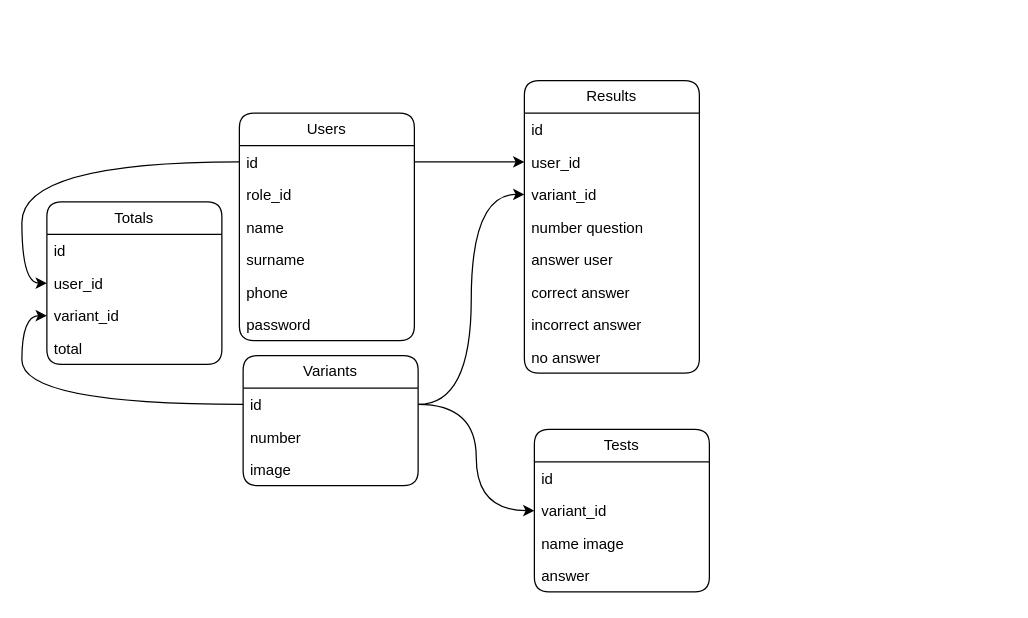
MardonAslonov/DrawIo keeps this draw.io diagram as GRE.drawio. Above is the earlier version. Source tidied: cells renumbered, new cells numbered last; positions are measured from the earlier drawing's top-left corner, leaving out a move shared by most shapes. Both pictures are drawn from the tidied source at 125%, with x=0, y=0 at pixel (46, 80).
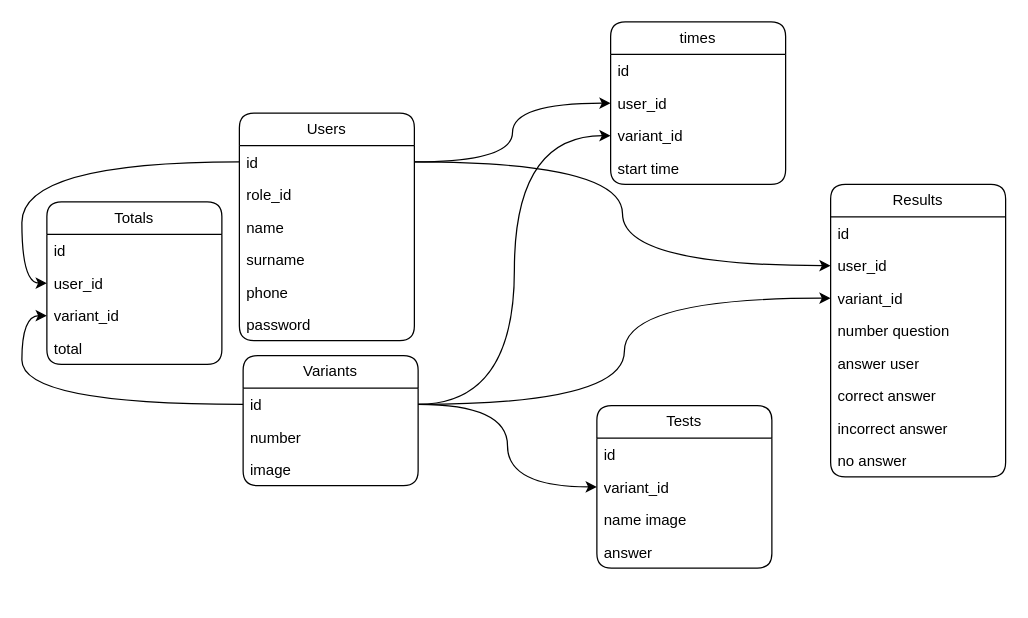
The same diagram, later.

The change refers to these unchanged cells:
```xml
<mxCell id="8" value="id" style="text;strokeColor=none;fillColor=none;align=left;verticalAlign=top;spacingLeft=4;spacingRight=4;overflow=hidden;points=[[0,0.5],[1,0.5]];portConstraint=eastwest;whiteSpace=wrap;html=1;" parent="7" vertex="1">
  <mxGeometry y="26" width="140" height="26" as="geometry" />
</mxCell>
<mxCell id="25" value="id" style="text;strokeColor=none;fillColor=none;align=left;verticalAlign=top;spacingLeft=4;spacingRight=4;overflow=hidden;points=[[0,0.5],[1,0.5]];portConstraint=eastwest;whiteSpace=wrap;html=1;" parent="24" vertex="1">
  <mxGeometry y="26" width="140" height="26" as="geometry" />
</mxCell>
```

Diff of the diagram source:
```diff
@@
     <mxCell id="2" value="Tests" style="swimlane;fontStyle=0;horizontal=1;startSize=26;fillColor=none;whiteSpace=wrap;html=1;rounded=1;" parent="1" vertex="1">
-      <mxGeometry x="390" y="279" width="140" height="130" as="geometry" />
+      <mxGeometry x="440" y="260" width="140" height="130" as="geometry" />
     </mxCell>
@@
     <mxCell id="14" value="Results" style="swimlane;fontStyle=0;horizontal=1;startSize=26;fillColor=none;whiteSpace=wrap;html=1;rounded=1;" parent="1" vertex="1">
-      <mxGeometry x="382" width="140" height="234" as="geometry" />
+      <mxGeometry x="627" y="83" width="140" height="234" as="geometry" />
     </mxCell>
@@
+    <mxCell id="37" value="times" style="swimlane;fontStyle=0;horizontal=1;startSize=26;fillColor=none;whiteSpace=wrap;html=1;rounded=1;" parent="1" vertex="1">
+      <mxGeometry x="451" y="-47" width="140" height="130" as="geometry" />
+    </mxCell>
+    <mxCell id="38" value="id" style="text;strokeColor=none;fillColor=none;align=left;verticalAlign=top;spacingLeft=4;spacingRight=4;overflow=hidden;whiteSpace=wrap;html=1;" parent="37" vertex="1">
+      <mxGeometry y="26" width="140" height="26" as="geometry" />
+    </mxCell>
+    <mxCell id="39" value="user_id" style="text;strokeColor=none;fillColor=none;align=left;verticalAlign=top;spacingLeft=4;spacingRight=4;overflow=hidden;points=[[0,0.5],[1,0.5]];portConstraint=eastwest;whiteSpace=wrap;html=1;" parent="37" vertex="1">
+      <mxGeometry y="52" width="140" height="26" as="geometry" />
+    </mxCell>
+    <mxCell id="40" value="variant_id" style="text;strokeColor=none;fillColor=none;align=left;verticalAlign=top;spacingLeft=4;spacingRight=4;overflow=hidden;points=[[0,0.5],[1,0.5]];portConstraint=eastwest;whiteSpace=wrap;html=1;" parent="37" vertex="1">
+      <mxGeometry y="78" width="140" height="26" as="geometry" />
+    </mxCell>
+    <mxCell id="41" value="start time" style="text;strokeColor=none;fillColor=none;align=left;verticalAlign=top;spacingLeft=4;spacingRight=4;overflow=hidden;whiteSpace=wrap;html=1;" parent="37" vertex="1">
+      <mxGeometry y="104" width="140" height="26" as="geometry" />
+    </mxCell>
+    <mxCell id="42" style="edgeStyle=orthogonalEdgeStyle;rounded=0;jettySize=auto;html=1;entryX=0;entryY=0.5;entryDx=0;entryDy=0;curved=1;" parent="1" edge="1" source="8" target="39">
+      <mxGeometry relative="1" as="geometry" />
+    </mxCell>
+    <mxCell id="43" style="edgeStyle=orthogonalEdgeStyle;rounded=0;jettySize=auto;html=1;curved=1;entryX=0;entryY=0.5;entryDx=0;entryDy=0;exitX=1;exitY=0.5;exitDx=0;exitDy=0;" parent="1" edge="1" source="25" target="40">
+      <mxGeometry relative="1" as="geometry" />
+    </mxCell>
```
